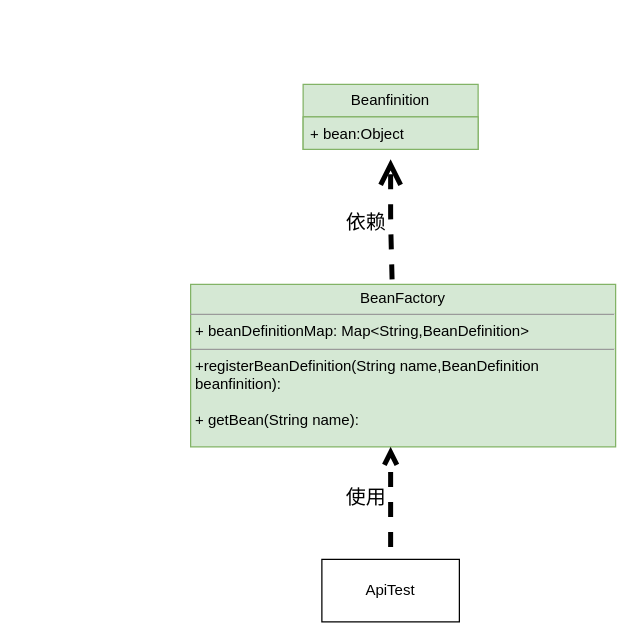
This is page "第 1 页" (1 of 2) of Spring框架-1.drawio from cmorwh/file_uml, a draw.io file, before an edit. Source tidied: cells renumbered, new cells numbered last; positions are measured from the earlier drawing's top-left corner, leaving out a move shared by most shapes. Both pictures are drawn from the tidied source at 125%, with x=0, y=0 at pixel (190, 84).
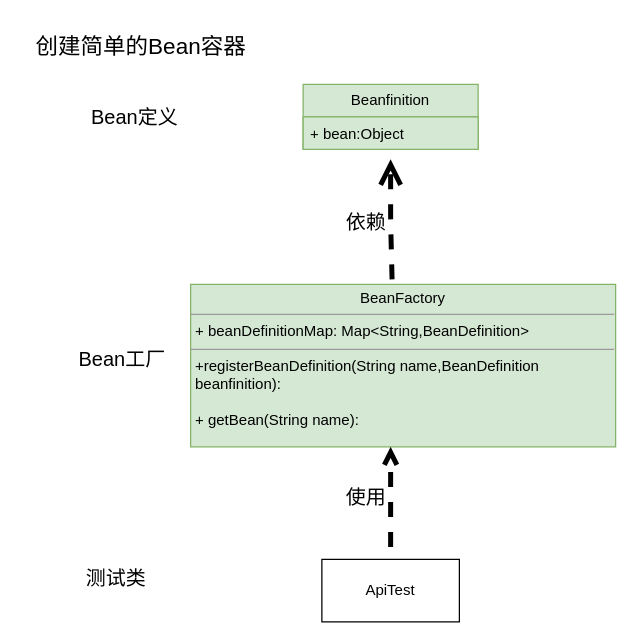
The same page after the edit.

Change to the diagram source:
```diff
@@
 <mxGraphModel>
   <root>
     <mxCell id="0" />
     <mxCell id="1" parent="0" />
     <mxCell id="2" value="&lt;p style=&quot;margin:0px;margin-top:4px;text-align:center;&quot;&gt;BeanFactory&lt;/p&gt;&lt;hr size=&quot;1&quot;&gt;&lt;p style=&quot;margin:0px;margin-left:4px;&quot;&gt;+ beanDefinitionMap: Map&amp;lt;String,BeanDefinition&amp;gt;&lt;/p&gt;&lt;hr size=&quot;1&quot;&gt;&lt;p style=&quot;margin:0px;margin-left:4px;&quot;&gt;+registerBeanDefinition(String name,BeanDefinition beanfinition): &lt;br&gt;&lt;/p&gt;&lt;p style=&quot;margin:0px;margin-left:4px;&quot;&gt;&lt;br&gt;&lt;/p&gt;&lt;p style=&quot;margin:0px;margin-left:4px;&quot;&gt;+ getBean(String name): &lt;/p&gt;" style="verticalAlign=top;align=left;overflow=fill;fontSize=12;fontFamily=Helvetica;html=1;whiteSpace=wrap;fillColor=#d5e8d4;strokeColor=#82b366;" parent="1" vertex="1">
       <mxGeometry y="160" width="340" height="130" as="geometry" />
     </mxCell>
     <mxCell id="3" value="依赖" style="endArrow=open;endSize=12;dashed=1;html=1;rounded=1;exitX=0.474;exitY=-0.031;exitDx=0;exitDy=0;exitPerimeter=0;strokeColor=default;strokeWidth=4;fontSize=16;" parent="1" edge="1" source="2">
       <mxGeometry x="-0.04" y="20" relative="1" as="geometry">
         <mxPoint x="160" y="60" as="targetPoint" />
         <Array as="points">
           <mxPoint x="160" y="110" />
         </Array>
       </mxGeometry>
     </mxCell>
     <mxCell id="4" value="Beanfinition" style="swimlane;fontStyle=0;horizontal=1;startSize=26;fillColor=#d5e8d4;whiteSpace=wrap;html=1;strokeColor=#82b366;" parent="1" vertex="1">
       <mxGeometry x="90" width="140" height="52" as="geometry" />
     </mxCell>
     <mxCell id="5" value="+ bean:Object" style="text;strokeColor=#82b366;fillColor=#d5e8d4;align=left;verticalAlign=top;spacingLeft=4;spacingRight=4;overflow=hidden;whiteSpace=wrap;html=1;" parent="4" vertex="1">
       <mxGeometry y="26" width="140" height="26" as="geometry" />
     </mxCell>
     <mxCell id="6" value="ApiTest" style="html=1;whiteSpace=wrap;" parent="1" vertex="1">
       <mxGeometry x="105" y="380" width="110" height="50" as="geometry" />
     </mxCell>
     <mxCell id="7" value="使用" style="endArrow=open;dashed=1;html=1;rounded=0;strokeWidth=4;fontSize=16;" parent="1" edge="1">
       <mxGeometry y="20" relative="1" as="geometry">
         <mxPoint x="160" y="370" as="sourcePoint" />
         <mxPoint x="160" y="290" as="targetPoint" />
         <Array as="points">
           <mxPoint x="160" y="310" />
         </Array>
       </mxGeometry>
     </mxCell>
+    <mxCell id="8" value="Bean定义" style="text;html=1;align=center;verticalAlign=middle;strokeColor=none;fillColor=none;fontSize=16;" parent="1" vertex="1">
+      <mxGeometry x="-90" y="11" width="90" height="30" as="geometry" />
+    </mxCell>
+    <mxCell id="9" value="Bean工厂" style="text;html=1;align=center;verticalAlign=middle;strokeColor=none;fillColor=none;fontSize=16;" parent="1" vertex="1">
+      <mxGeometry x="-100" y="205" width="90" height="30" as="geometry" />
+    </mxCell>
+    <mxCell id="10" value="测试类" style="text;html=1;align=center;verticalAlign=middle;strokeColor=none;fillColor=none;fontSize=16;" parent="1" vertex="1">
+      <mxGeometry x="-95" y="380" width="70" height="30" as="geometry" />
+    </mxCell>
+    <mxCell id="11" value="创建简单的Bean容器" style="text;html=1;align=center;verticalAlign=middle;strokeColor=none;fillColor=none;fontSize=18;" parent="1" vertex="1">
+      <mxGeometry x="-135" y="-50" width="190" height="40" as="geometry" />
+    </mxCell>
   </root>
 </mxGraphModel>
```
